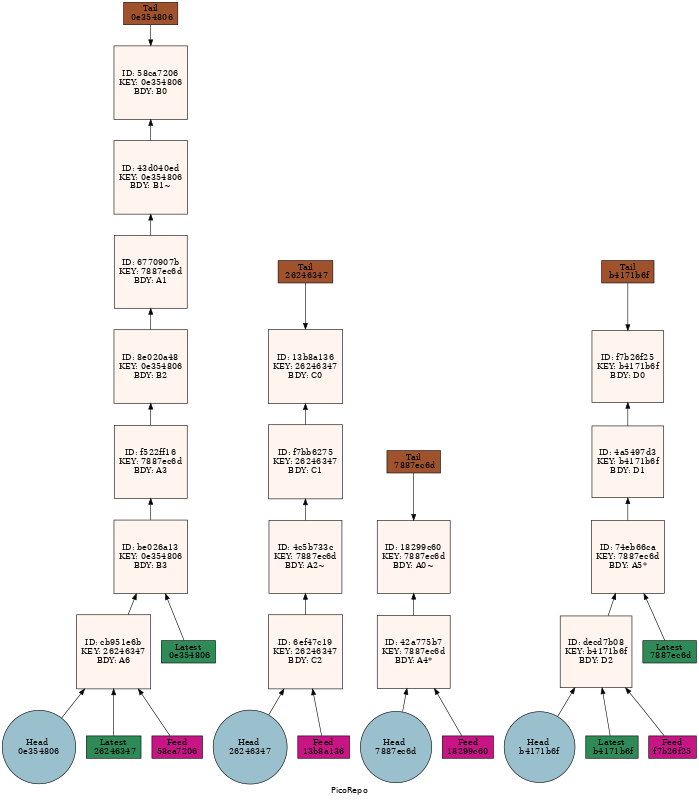
The Graphviz diagram repo.dot.png in telamon/picorepo, before a commit. Its source is kept beside it as repo.dot. The source it was exported from:
```dot
    digraph G {
      graph [fontname="fixed",overlap="false",center="1",ratio="compress",label="PicoRepo",rankdir=BT];
      node [style=filled,fillcolor=white,shape="circle"];
  "H0e354806"[fillcolor=lightblue3,label="Head
0e354806"];
"H26246347"[fillcolor=lightblue3,label="Head
26246347"];
"H7887ec6d"[fillcolor=lightblue3,label="Head
7887ec6d"];
"Hb4171b6f"[fillcolor=lightblue3,label="Head
b4171b6f"];
"T58ca7206"[fillcolor=sienna,label="Tail
 0e354806",shape=box];
"T13b8a136"[fillcolor=sienna,label="Tail
 26246347",shape=box];
"T18299c60"[fillcolor=sienna,label="Tail
 7887ec6d",shape=box];
"Tf7b26f25"[fillcolor=sienna,label="Tail
 b4171b6f",shape=box];
"Lbe026a13"[fillcolor=seagreen,label="Latest
 0e354806",shape=box];
"Lcb951e6b"[fillcolor=seagreen,label="Latest
 26246347",shape=box];
"L74eb66ca"[fillcolor=seagreen,label="Latest
 7887ec6d",shape=box];
"Ldecd7b08"[fillcolor=seagreen,label="Latest
 b4171b6f",shape=box];
"F42a775b7"[fillcolor=mediumvioletred,label="Feed
18299c60",shape=box];
"F6ef47c19"[fillcolor=mediumvioletred,label="Feed
13b8a136",shape=box];
"Fcb951e6b"[fillcolor=mediumvioletred,label="Feed
58ca7206",shape=box];
"Fdecd7b08"[fillcolor=mediumvioletred,label="Feed
f7b26f25",shape=box];
"Bcb951e6b"[fillcolor=seashell,label="ID: cb951e6b
KEY: 26246347
BDY: A6",shape="square"];
"Bbe026a13"[fillcolor=seashell,label="ID: be026a13
KEY: 0e354806
BDY: B3",shape="square"];
"Bf522ff16"[fillcolor=seashell,label="ID: f522ff16
KEY: 7887ec6d
BDY: A3",shape="square"];
"B8e020a48"[fillcolor=seashell,label="ID: 8e020a48
KEY: 0e354806
BDY: B2",shape="square"];
"B6770907b"[fillcolor=seashell,label="ID: 6770907b
KEY: 7887ec6d
BDY: A1",shape="square"];
"B43d040ed"[fillcolor=seashell,label="ID: 43d040ed
KEY: 0e354806
BDY: B1~",shape="square"];
"B58ca7206"[fillcolor=seashell,label="ID: 58ca7206
KEY: 0e354806
BDY: B0",shape="square"];
"B6ef47c19"[fillcolor=seashell,label="ID: 6ef47c19
KEY: 26246347
BDY: C2",shape="square"];
"B4c5b733c"[fillcolor=seashell,label="ID: 4c5b733c
KEY: 7887ec6d
BDY: A2~",shape="square"];
"Bf7bb6275"[fillcolor=seashell,label="ID: f7bb6275
KEY: 26246347
BDY: C1",shape="square"];
"B13b8a136"[fillcolor=seashell,label="ID: 13b8a136
KEY: 26246347
BDY: C0",shape="square"];
"B42a775b7"[fillcolor=seashell,label="ID: 42a775b7
KEY: 7887ec6d
BDY: A4*",shape="square"];
"B18299c60"[fillcolor=seashell,label="ID: 18299c60
KEY: 7887ec6d
BDY: A0~",shape="square"];
"Bdecd7b08"[fillcolor=seashell,label="ID: decd7b08
KEY: b4171b6f
BDY: D2",shape="square"];
"B74eb66ca"[fillcolor=seashell,label="ID: 74eb66ca
KEY: 7887ec6d
BDY: A5*",shape="square"];
"B4a5497d3"[fillcolor=seashell,label="ID: 4a5497d3
KEY: b4171b6f
BDY: D1",shape="square"];
"Bf7b26f25"[fillcolor=seashell,label="ID: f7b26f25
KEY: b4171b6f
BDY: D0",shape="square"];
"H0e354806" -> "Bcb951e6b";
"H26246347" -> "B6ef47c19";
"H7887ec6d" -> "B42a775b7";
"Hb4171b6f" -> "Bdecd7b08";
"B58ca7206" -> "T58ca7206"[dir=back];
"B13b8a136" -> "T13b8a136"[dir=back];
"B18299c60" -> "T18299c60"[dir=back];
"Bf7b26f25" -> "Tf7b26f25"[dir=back];
"Lbe026a13" -> "Bbe026a13";
"Lcb951e6b" -> "Bcb951e6b";
"L74eb66ca" -> "B74eb66ca";
"Ldecd7b08" -> "Bdecd7b08";
"F42a775b7" -> "B42a775b7";
"F6ef47c19" -> "B6ef47c19";
"Fcb951e6b" -> "Bcb951e6b";
"Fdecd7b08" -> "Bdecd7b08";
"Bcb951e6b" -> "Bbe026a13";
"Bbe026a13" -> "Bf522ff16";
"Bf522ff16" -> "B8e020a48";
"B8e020a48" -> "B6770907b";
"B6770907b" -> "B43d040ed";
"B43d040ed" -> "B58ca7206";
"B6ef47c19" -> "B4c5b733c";
"B4c5b733c" -> "Bf7bb6275";
"Bf7bb6275" -> "B13b8a136";
"B42a775b7" -> "B18299c60";
"Bdecd7b08" -> "B74eb66ca";
"B74eb66ca" -> "B4a5497d3";
"B4a5497d3" -> "Bf7b26f25";
}
```
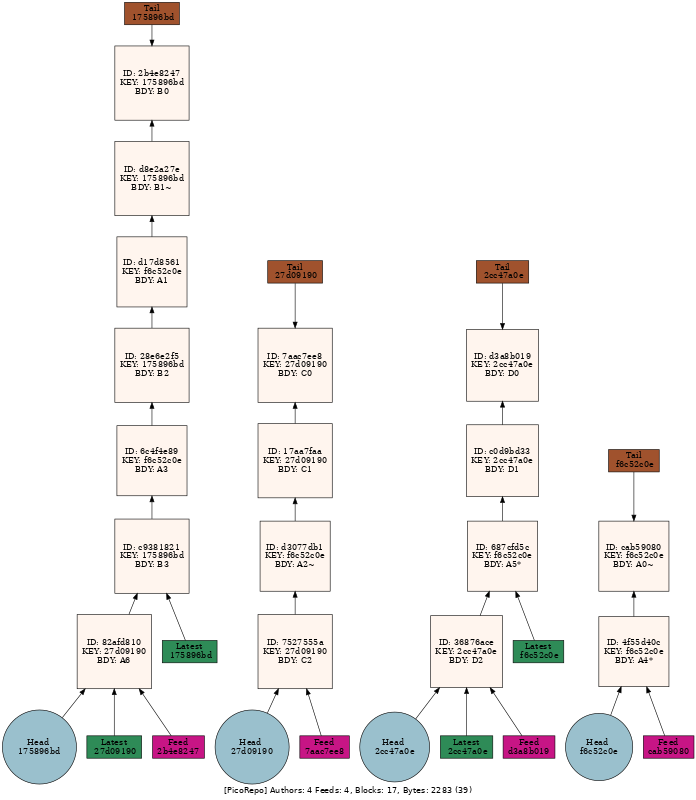
Later version of the same file.

Diff of the diagram source:
```diff
@@ -1,116 +1,119 @@
     digraph G {
-      graph [fontname="fixed",overlap="false",center="1",ratio="compress",label="PicoRepo",rankdir=BT];
+      graph [fontname="fixed",overlap="false",center="1",ratio="compress",label="[PicoRepo] Authors: 4 Feeds: 4, Blocks: 17, Bytes: 2283 (39)",rankdir=BT];
       node [style=filled,fillcolor=white,shape="circle"];
-  "H0e354806"[fillcolor=lightblue3,label="Head
-0e354806"];
-"H26246347"[fillcolor=lightblue3,label="Head
-26246347"];
-"H7887ec6d"[fillcolor=lightblue3,label="Head
-7887ec6d"];
-"Hb4171b6f"[fillcolor=lightblue3,label="Head
-b4171b6f"];
-"T58ca7206"[fillcolor=sienna,label="Tail
- 0e354806",shape=box];
-"T13b8a136"[fillcolor=sienna,label="Tail
- 26246347",shape=box];
-"T18299c60"[fillcolor=sienna,label="Tail
- 7887ec6d",shape=box];
-"Tf7b26f25"[fillcolor=sienna,label="Tail
- b4171b6f",shape=box];
-"Lbe026a13"[fillcolor=seagreen,label="Latest
- 0e354806",shape=box];
-"Lcb951e6b"[fillcolor=seagreen,label="Latest
- 26246347",shape=box];
-"L74eb66ca"[fillcolor=seagreen,label="Latest
- 7887ec6d",shape=box];
-"Ldecd7b08"[fillcolor=seagreen,label="Latest
- b4171b6f",shape=box];
-"F42a775b7"[fillcolor=mediumvioletred,label="Feed
-18299c60",shape=box];
-"F6ef47c19"[fillcolor=mediumvioletred,label="Feed
-13b8a136",shape=box];
-"Fcb951e6b"[fillcolor=mediumvioletred,label="Feed
-58ca7206",shape=box];
-"Fdecd7b08"[fillcolor=mediumvioletred,label="Feed
-f7b26f25",shape=box];
-"Bcb951e6b"[fillcolor=seashell,label="ID: cb951e6b
-KEY: 26246347
+"H175896bd"[fillcolor=lightblue3,label="Head
+175896bd"];
+"H27d09190"[fillcolor=lightblue3,label="Head
+27d09190"];
+"H2cc47a0e"[fillcolor=lightblue3,label="Head
+2cc47a0e"];
+"Hf6c52c0e"[fillcolor=lightblue3,label="Head
+f6c52c0e"];
+"T2b4e8247"[fillcolor=sienna,label="Tail
+ 175896bd",shape=box];
+"T7aac7ee8"[fillcolor=sienna,label="Tail
+ 27d09190",shape=box];
+"Td3a8b019"[fillcolor=sienna,label="Tail
+ 2cc47a0e",shape=box];
+"Tcab59080"[fillcolor=sienna,label="Tail
+ f6c52c0e",shape=box];
+"Lc9381821"[fillcolor=seagreen,label="Latest
+ 175896bd",shape=box];
+"L82afd810"[fillcolor=seagreen,label="Latest
+ 27d09190",shape=box];
+"L36876ace"[fillcolor=seagreen,label="Latest
+ 2cc47a0e",shape=box];
+"L687cfd5c"[fillcolor=seagreen,label="Latest
+ f6c52c0e",shape=box];
+"F36876ace"[fillcolor=mediumvioletred,label="Feed
+d3a8b019",shape=box];
+"F4f55d40c"[fillcolor=mediumvioletred,label="Feed
+cab59080",shape=box];
+"F7527555a"[fillcolor=mediumvioletred,label="Feed
+7aac7ee8",shape=box];
+"F82afd810"[fillcolor=mediumvioletred,label="Feed
+2b4e8247",shape=box];
+"B82afd810"[fillcolor=seashell,label="ID: 82afd810
+KEY: 27d09190
 BDY: A6",shape="square"];
-"Bbe026a13"[fillcolor=seashell,label="ID: be026a13
-KEY: 0e354806
+"Bc9381821"[fillcolor=seashell,label="ID: c9381821
+KEY: 175896bd
 BDY: B3",shape="square"];
-"Bf522ff16"[fillcolor=seashell,label="ID: f522ff16
-KEY: 7887ec6d
+"B6c4f4e89"[fillcolor=seashell,label="ID: 6c4f4e89
+KEY: f6c52c0e
 BDY: A3",shape="square"];
-"B8e020a48"[fillcolor=seashell,label="ID: 8e020a48
-KEY: 0e354806
+"B28e6e2f5"[fillcolor=seashell,label="ID: 28e6e2f5
+KEY: 175896bd
 BDY: B2",shape="square"];
-"B6770907b"[fillcolor=seashell,label="ID: 6770907b
-KEY: 7887ec6d
+"Bd17d8561"[fillcolor=seashell,label="ID: d17d8561
+KEY: f6c52c0e
 BDY: A1",shape="square"];
-"B43d040ed"[fillcolor=seashell,label="ID: 43d040ed
-KEY: 0e354806
+"Bd8e2a27e"[fillcolor=seashell,label="ID: d8e2a27e
+KEY: 175896bd
 BDY: B1~",shape="square"];
-"B58ca7206"[fillcolor=seashell,label="ID: 58ca7206
-KEY: 0e354806
+"B2b4e8247"[fillcolor=seashell,label="ID: 2b4e8247
+KEY: 175896bd
 BDY: B0",shape="square"];
-"B6ef47c19"[fillcolor=seashell,label="ID: 6ef47c19
-KEY: 26246347
+"B7527555a"[fillcolor=seashell,label="ID: 7527555a
+KEY: 27d09190
 BDY: C2",shape="square"];
-"B4c5b733c"[fillcolor=seashell,label="ID: 4c5b733c
-KEY: 7887ec6d
+"Bd3077db1"[fillcolor=seashell,label="ID: d3077db1
+KEY: f6c52c0e
 BDY: A2~",shape="square"];
-"Bf7bb6275"[fillcolor=seashell,label="ID: f7bb6275
-KEY: 26246347
+"B17aa7faa"[fillcolor=seashell,label="ID: 17aa7faa
+KEY: 27d09190
 BDY: C1",shape="square"];
-"B13b8a136"[fillcolor=seashell,label="ID: 13b8a136
-KEY: 26246347
+"B7aac7ee8"[fillcolor=seashell,label="ID: 7aac7ee8
+KEY: 27d09190
 BDY: C0",shape="square"];
-"B42a775b7"[fillcolor=seashell,label="ID: 42a775b7
-KEY: 7887ec6d
+"B36876ace"[fillcolor=seashell,label="ID: 36876ace
+KEY: 2cc47a0e
+BDY: D2",shape="square"];
+"B687cfd5c"[fillcolor=seashell,label="ID: 687cfd5c
+KEY: f6c52c0e
+BDY: A5*",shape="square"];
+"Bc0d9bd33"[fillcolor=seashell,label="ID: c0d9bd33
+KEY: 2cc47a0e
+BDY: D1",shape="square"];
+"Bd3a8b019"[fillcolor=seashell,label="ID: d3a8b019
+KEY: 2cc47a0e
+BDY: D0",shape="square"];
+"B4f55d40c"[fillcolor=seashell,label="ID: 4f55d40c
+KEY: f6c52c0e
 BDY: A4*",shape="square"];
-"B18299c60"[fillcolor=seashell,label="ID: 18299c60
-KEY: 7887ec6d
+"Bcab59080"[fillcolor=seashell,label="ID: cab59080
+KEY: f6c52c0e
 BDY: A0~",shape="square"];
-"Bdecd7b08"[fillcolor=seashell,label="ID: decd7b08
-KEY: b4171b6f
-BDY: D2",shape="square"];
-"B74eb66ca"[fillcolor=seashell,label="ID: 74eb66ca
-KEY: 7887ec6d
-BDY: A5*",shape="square"];
-"B4a5497d3"[fillcolor=seashell,label="ID: 4a5497d3
-KEY: b4171b6f
-BDY: D1",shape="square"];
-"Bf7b26f25"[fillcolor=seashell,label="ID: f7b26f25
-KEY: b4171b6f
-BDY: D0",shape="square"];
-"H0e354806" -> "Bcb951e6b";
-"H26246347" -> "B6ef47c19";
-"H7887ec6d" -> "B42a775b7";
-"Hb4171b6f" -> "Bdecd7b08";
-"B58ca7206" -> "T58ca7206"[dir=back];
-"B13b8a136" -> "T13b8a136"[dir=back];
-"B18299c60" -> "T18299c60"[dir=back];
-"Bf7b26f25" -> "Tf7b26f25"[dir=back];
-"Lbe026a13" -> "Bbe026a13";
-"Lcb951e6b" -> "Bcb951e6b";
-"L74eb66ca" -> "B74eb66ca";
-"Ldecd7b08" -> "Bdecd7b08";
-"F42a775b7" -> "B42a775b7";
-"F6ef47c19" -> "B6ef47c19";
-"Fcb951e6b" -> "Bcb951e6b";
-"Fdecd7b08" -> "Bdecd7b08";
-"Bcb951e6b" -> "Bbe026a13";
-"Bbe026a13" -> "Bf522ff16";
-"Bf522ff16" -> "B8e020a48";
-"B8e020a48" -> "B6770907b";
-"B6770907b" -> "B43d040ed";
-"B43d040ed" -> "B58ca7206";
-"B6ef47c19" -> "B4c5b733c";
-"B4c5b733c" -> "Bf7bb6275";
-"Bf7bb6275" -> "B13b8a136";
-"B42a775b7" -> "B18299c60";
-"Bdecd7b08" -> "B74eb66ca";
-"B74eb66ca" -> "B4a5497d3";
-"B4a5497d3" -> "Bf7b26f25";
-}
+
+"H175896bd" -> "B82afd810";
+"H27d09190" -> "B7527555a";
+"H2cc47a0e" -> "B36876ace";
+"Hf6c52c0e" -> "B4f55d40c";
+"B2b4e8247" -> "T2b4e8247"[dir=back];
+"B7aac7ee8" -> "T7aac7ee8"[dir=back];
+"Bd3a8b019" -> "Td3a8b019"[dir=back];
+"Bcab59080" -> "Tcab59080"[dir=back];
+"Lc9381821" -> "Bc9381821";
+"L82afd810" -> "B82afd810";
+"L36876ace" -> "B36876ace";
+"L687cfd5c" -> "B687cfd5c";
+"F36876ace" -> "B36876ace";
+"F4f55d40c" -> "B4f55d40c";
+"F7527555a" -> "B7527555a";
+"F82afd810" -> "B82afd810";
+"B82afd810" -> "Bc9381821";
+"Bc9381821" -> "B6c4f4e89";
+"B6c4f4e89" -> "B28e6e2f5";
+"B28e6e2f5" -> "Bd17d8561";
+"Bd17d8561" -> "Bd8e2a27e";
+"Bd8e2a27e" -> "B2b4e8247";
+"B7527555a" -> "Bd3077db1";
+"Bd3077db1" -> "B17aa7faa";
+"B17aa7faa" -> "B7aac7ee8";
+"B36876ace" -> "B687cfd5c";
+"B687cfd5c" -> "Bc0d9bd33";
+"Bc0d9bd33" -> "Bd3a8b019";
+"B4f55d40c" -> "Bcab59080";
+
+    }
+
```
